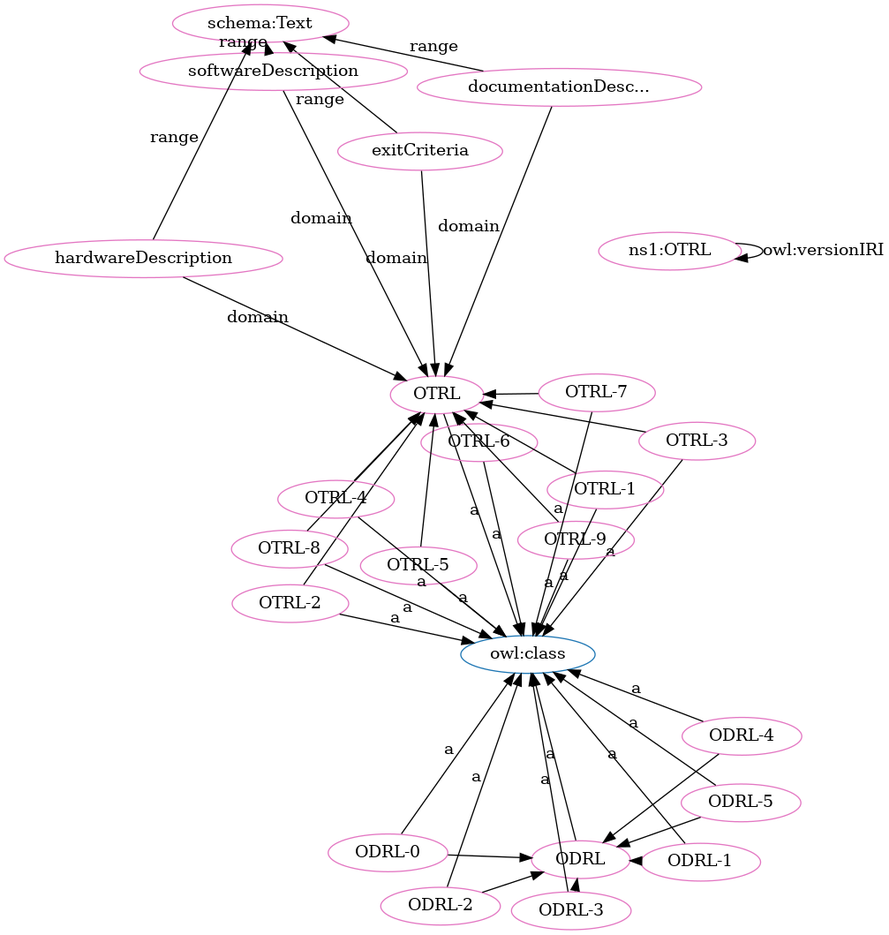
Before: OTRL-clean.png, a diagram exported from Graphviz (OPEN-NEXT/OKH-LOSH). Its source is kept beside it as OTRL-clean.dot.
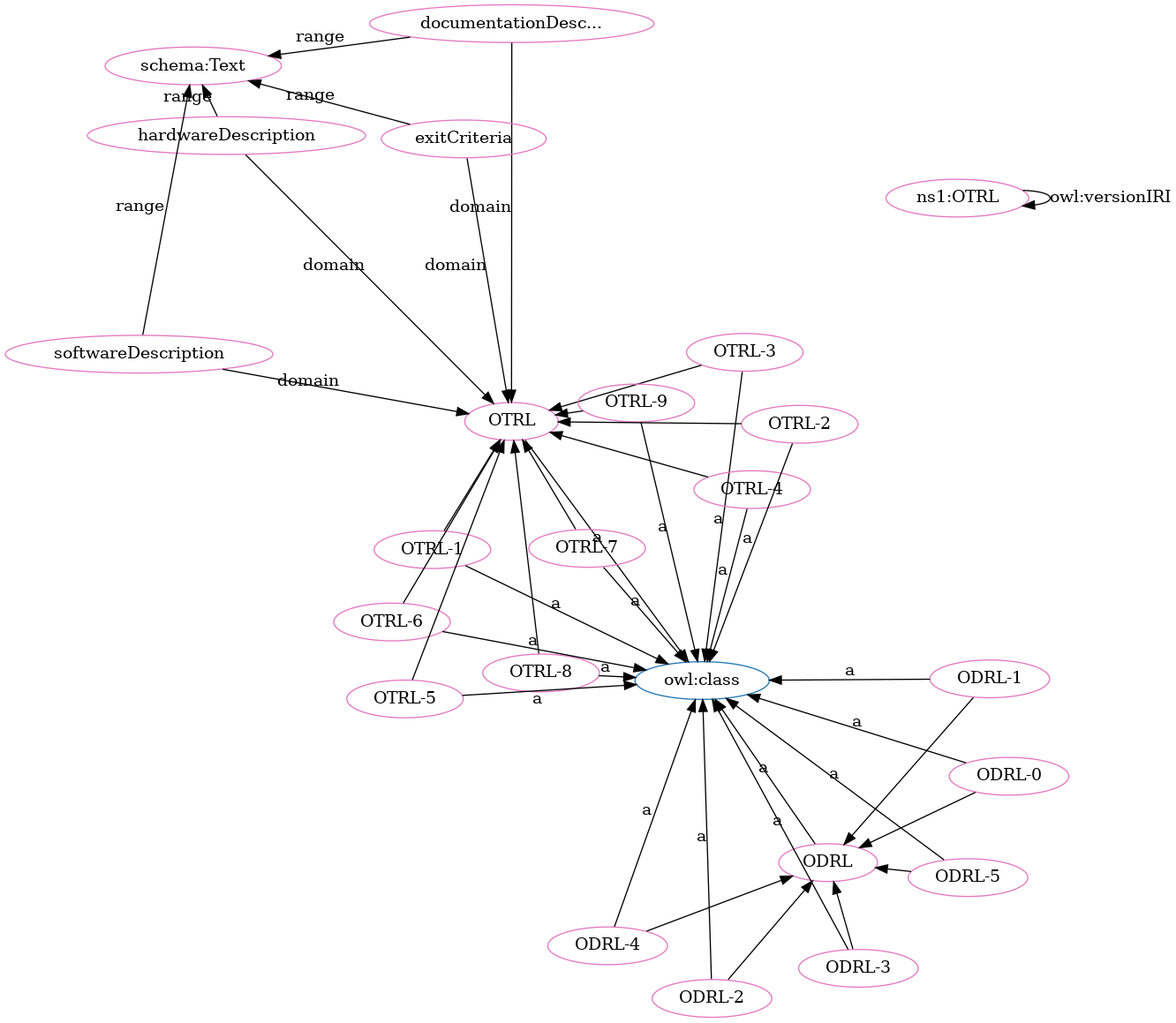
After the change.

What changed in the source:
```diff
@@ -1,71 +1,71 @@
 digraph G {
   rankdir=BT
   node[height=.3]
+"http://purl.org/oseg/ontologies/OTRL#OTRL" [fillcolor="#1f77b4" color="#1f77b4" label="OTRL"]
 "http://purl.org/oseg/ontologies/OTRL#ODRL" [fillcolor="#1f77b4" color="#1f77b4" label="ODRL"]
 "http://www.w3.org/2002/07/owl#class" [fillcolor="#1f77b4" color="#1f77b4" label="owl:class"]
-"http://purl.org/oseg/ontologies/OTRL#OTRL" [fillcolor="#1f77b4" color="#1f77b4" label="OTRL"]
+"http://schema.org/Text" [fillcolor="#e377c2" color="#e377c2" label="schema:Text"]
+"http://purl.org/oseg/ontologies/OTRL" [fillcolor="#e377c2" color="#e377c2" label="ns1:OTRL"]
+"http://purl.org/oseg/ontologies/OTRL#OTRL" [fillcolor="#e377c2" color="#e377c2" label="OTRL"]
 "http://purl.org/oseg/ontologies/OTRL#OTRL-3" [fillcolor="#e377c2" color="#e377c2" label="OTRL-3"]
 "http://purl.org/oseg/ontologies/OTRL#ODRL" [fillcolor="#e377c2" color="#e377c2" label="ODRL"]
-"http://schema.org/Text" [fillcolor="#e377c2" color="#e377c2" label="schema:Text"]
-"http://purl.org/oseg/ontologies/OTRL#OTRL" [fillcolor="#e377c2" color="#e377c2" label="OTRL"]
-"http://purl.org/oseg/ontologies/OTRL#OTRL-2" [fillcolor="#e377c2" color="#e377c2" label="OTRL-2"]
-"http://purl.org/oseg/ontologies/OTRL#ODRL-3" [fillcolor="#e377c2" color="#e377c2" label="ODRL-3"]
-"http://purl.org/oseg/ontologies/OTRL#OTRL-6" [fillcolor="#e377c2" color="#e377c2" label="OTRL-6"]
+"http://purl.org/oseg/ontologies/OTRL#OTRL-4" [fillcolor="#e377c2" color="#e377c2" label="OTRL-4"]
+"http://purl.org/oseg/ontologies/OTRL#ODRL-2" [fillcolor="#e377c2" color="#e377c2" label="ODRL-2"]
+"http://purl.org/oseg/ontologies/OTRL#ODRL-4" [fillcolor="#e377c2" color="#e377c2" label="ODRL-4"]
 "http://purl.org/oseg/ontologies/OTRL#OTRL-8" [fillcolor="#e377c2" color="#e377c2" label="OTRL-8"]
+"http://purl.org/oseg/ontologies/OTRL#hardwareDescription" [fillcolor="#e377c2" color="#e377c2" label="hardwareDescription"]
+"http://purl.org/oseg/ontologies/OTRL#documentationDescription" [fillcolor="#e377c2" color="#e377c2" label="documentationDesc..."]
+"http://purl.org/oseg/ontologies/OTRL#ODRL-5" [fillcolor="#e377c2" color="#e377c2" label="ODRL-5"]
 "http://purl.org/oseg/ontologies/OTRL#OTRL-9" [fillcolor="#e377c2" color="#e377c2" label="OTRL-9"]
-"http://purl.org/oseg/ontologies/OTRL" [fillcolor="#e377c2" color="#e377c2" label="ns1:OTRL"]
+"http://purl.org/oseg/ontologies/OTRL#OTRL-1" [fillcolor="#e377c2" color="#e377c2" label="OTRL-1"]
 "http://purl.org/oseg/ontologies/OTRL#ODRL-1" [fillcolor="#e377c2" color="#e377c2" label="ODRL-1"]
 "http://purl.org/oseg/ontologies/OTRL#ODRL-0" [fillcolor="#e377c2" color="#e377c2" label="ODRL-0"]
-"http://purl.org/oseg/ontologies/OTRL#OTRL-1" [fillcolor="#e377c2" color="#e377c2" label="OTRL-1"]
+"http://purl.org/oseg/ontologies/OTRL#ODRL-3" [fillcolor="#e377c2" color="#e377c2" label="ODRL-3"]
+"http://purl.org/oseg/ontologies/OTRL#exitCriteria" [fillcolor="#e377c2" color="#e377c2" label="exitCriteria"]
+"http://purl.org/oseg/ontologies/OTRL#softwareDescription" [fillcolor="#e377c2" color="#e377c2" label="softwareDescription"]
+"http://purl.org/oseg/ontologies/OTRL#OTRL-6" [fillcolor="#e377c2" color="#e377c2" label="OTRL-6"]
 "http://purl.org/oseg/ontologies/OTRL#OTRL-7" [fillcolor="#e377c2" color="#e377c2" label="OTRL-7"]
-"http://purl.org/oseg/ontologies/OTRL#ODRL-2" [fillcolor="#e377c2" color="#e377c2" label="ODRL-2"]
-"http://purl.org/oseg/ontologies/OTRL#ODRL-5" [fillcolor="#e377c2" color="#e377c2" label="ODRL-5"]
-"http://purl.org/oseg/ontologies/OTRL#ODRL-4" [fillcolor="#e377c2" color="#e377c2" label="ODRL-4"]
 "http://purl.org/oseg/ontologies/OTRL#OTRL-5" [fillcolor="#e377c2" color="#e377c2" label="OTRL-5"]
-"http://purl.org/oseg/ontologies/OTRL#exitCriteria" [fillcolor="#e377c2" color="#e377c2" label="exitCriteria"]
-"http://purl.org/oseg/ontologies/OTRL#documentationDescription" [fillcolor="#e377c2" color="#e377c2" label="documentationDesc..."]
-"http://purl.org/oseg/ontologies/OTRL#OTRL-4" [fillcolor="#e377c2" color="#e377c2" label="OTRL-4"]
-"http://purl.org/oseg/ontologies/OTRL#softwareDescription" [fillcolor="#e377c2" color="#e377c2" label="softwareDescription"]
-"http://purl.org/oseg/ontologies/OTRL#hardwareDescription" [fillcolor="#e377c2" color="#e377c2" label="hardwareDescription"]
+"http://purl.org/oseg/ontologies/OTRL#OTRL-2" [fillcolor="#e377c2" color="#e377c2" label="OTRL-2"]
+  "http://purl.org/oseg/ontologies/OTRL#hardwareDescription" -> "http://schema.org/Text" [label="range"]
+  "http://purl.org/oseg/ontologies/OTRL#OTRL" -> "http://www.w3.org/2002/07/owl#class" [label="a"]
+  "http://purl.org/oseg/ontologies/OTRL#OTRL-1" -> "http://purl.org/oseg/ontologies/OTRL#OTRL" [label=""]
+  "http://purl.org/oseg/ontologies/OTRL#OTRL-5" -> "http://purl.org/oseg/ontologies/OTRL#OTRL" [label=""]
+  "http://purl.org/oseg/ontologies/OTRL#OTRL-4" -> "http://www.w3.org/2002/07/owl#class" [label="a"]
+  "http://purl.org/oseg/ontologies/OTRL#ODRL-0" -> "http://purl.org/oseg/ontologies/OTRL#ODRL" [label=""]
+  "http://purl.org/oseg/ontologies/OTRL#ODRL-4" -> "http://www.w3.org/2002/07/owl#class" [label="a"]
+  "http://purl.org/oseg/ontologies/OTRL#OTRL-8" -> "http://purl.org/oseg/ontologies/OTRL#OTRL" [label=""]
+  "http://purl.org/oseg/ontologies/OTRL#hardwareDescription" -> "http://purl.org/oseg/ontologies/OTRL#OTRL" [label="domain"]
+  "http://purl.org/oseg/ontologies/OTRL#OTRL-1" -> "http://www.w3.org/2002/07/owl#class" [label="a"]
+  "http://purl.org/oseg/ontologies/OTRL#OTRL-6" -> "http://purl.org/oseg/ontologies/OTRL#OTRL" [label=""]
+  "http://purl.org/oseg/ontologies/OTRL#ODRL" -> "http://www.w3.org/2002/07/owl#class" [label="a"]
+  "http://purl.org/oseg/ontologies/OTRL#OTRL-2" -> "http://purl.org/oseg/ontologies/OTRL#OTRL" [label=""]
+  "http://purl.org/oseg/ontologies/OTRL#ODRL-0" -> "http://www.w3.org/2002/07/owl#class" [label="a"]
+  "http://purl.org/oseg/ontologies/OTRL#ODRL-3" -> "http://www.w3.org/2002/07/owl#class" [label="a"]
+  "http://purl.org/oseg/ontologies/OTRL#exitCriteria" -> "http://schema.org/Text" [label="range"]
+  "http://purl.org/oseg/ontologies/OTRL#OTRL-6" -> "http://www.w3.org/2002/07/owl#class" [label="a"]
+  "http://purl.org/oseg/ontologies/OTRL#ODRL-3" -> "http://purl.org/oseg/ontologies/OTRL#ODRL" [label=""]
+  "http://purl.org/oseg/ontologies/OTRL#OTRL-2" -> "http://www.w3.org/2002/07/owl#class" [label="a"]
+  "http://purl.org/oseg/ontologies/OTRL#OTRL-9" -> "http://purl.org/oseg/ontologies/OTRL#OTRL" [label=""]
   "http://purl.org/oseg/ontologies/OTRL#OTRL-3" -> "http://www.w3.org/2002/07/owl#class" [label="a"]
-  "http://purl.org/oseg/ontologies/OTRL#ODRL-0" -> "http://purl.org/oseg/ontologies/OTRL#ODRL" [label=""]
+  "http://purl.org/oseg/ontologies/OTRL#ODRL-5" -> "http://purl.org/oseg/ontologies/OTRL#ODRL" [label=""]
+  "http://purl.org/oseg/ontologies/OTRL#ODRL-2" -> "http://www.w3.org/2002/07/owl#class" [label="a"]
+  "http://purl.org/oseg/ontologies/OTRL#OTRL-3" -> "http://purl.org/oseg/ontologies/OTRL#OTRL" [label=""]
+  "http://purl.org/oseg/ontologies/OTRL#OTRL-8" -> "http://www.w3.org/2002/07/owl#class" [label="a"]
+  "http://purl.org/oseg/ontologies/OTRL#exitCriteria" -> "http://purl.org/oseg/ontologies/OTRL#OTRL" [label="domain"]
+  "http://purl.org/oseg/ontologies/OTRL" -> "http://purl.org/oseg/ontologies/OTRL" [label="owl:versionIRI"]
+  "http://purl.org/oseg/ontologies/OTRL#ODRL-5" -> "http://www.w3.org/2002/07/owl#class" [label="a"]
+  "http://purl.org/oseg/ontologies/OTRL#OTRL-9" -> "http://www.w3.org/2002/07/owl#class" [label="a"]
+  "http://purl.org/oseg/ontologies/OTRL#documentationDescription" -> "http://purl.org/oseg/ontologies/OTRL#OTRL" [label="domain"]
+  "http://purl.org/oseg/ontologies/OTRL#OTRL-7" -> "http://purl.org/oseg/ontologies/OTRL#OTRL" [label=""]
+  "http://purl.org/oseg/ontologies/OTRL#softwareDescription" -> "http://purl.org/oseg/ontologies/OTRL#OTRL" [label="domain"]
+  "http://purl.org/oseg/ontologies/OTRL#ODRL-2" -> "http://purl.org/oseg/ontologies/OTRL#ODRL" [label=""]
+  "http://purl.org/oseg/ontologies/OTRL#ODRL-1" -> "http://www.w3.org/2002/07/owl#class" [label="a"]
   "http://purl.org/oseg/ontologies/OTRL#documentationDescription" -> "http://schema.org/Text" [label="range"]
-  "http://purl.org/oseg/ontologies/OTRL#OTRL-2" -> "http://purl.org/oseg/ontologies/OTRL#OTRL" [label=""]
-  "http://purl.org/oseg/ontologies/OTRL#OTRL-2" -> "http://www.w3.org/2002/07/owl#class" [label="a"]
-  "http://purl.org/oseg/ontologies/OTRL#ODRL-2" -> "http://purl.org/oseg/ontologies/OTRL#ODRL" [label=""]
-  "http://purl.org/oseg/ontologies/OTRL#ODRL-3" -> "http://www.w3.org/2002/07/owl#class" [label="a"]
-  "http://purl.org/oseg/ontologies/OTRL#OTRL-8" -> "http://purl.org/oseg/ontologies/OTRL#OTRL" [label=""]
-  "http://purl.org/oseg/ontologies/OTRL#OTRL-8" -> "http://www.w3.org/2002/07/owl#class" [label="a"]
+  "http://purl.org/oseg/ontologies/OTRL#softwareDescription" -> "http://schema.org/Text" [label="range"]
   "http://purl.org/oseg/ontologies/OTRL#OTRL-4" -> "http://purl.org/oseg/ontologies/OTRL#OTRL" [label=""]
-  "http://purl.org/oseg/ontologies/OTRL#ODRL-3" -> "http://purl.org/oseg/ontologies/OTRL#ODRL" [label=""]
-  "http://purl.org/oseg/ontologies/OTRL#OTRL-9" -> "http://www.w3.org/2002/07/owl#class" [label="a"]
-  "http://purl.org/oseg/ontologies/OTRL" -> "http://purl.org/oseg/ontologies/OTRL" [label="owl:versionIRI"]
-  "http://purl.org/oseg/ontologies/OTRL#ODRL-1" -> "http://www.w3.org/2002/07/owl#class" [label="a"]
+  "http://purl.org/oseg/ontologies/OTRL#ODRL-1" -> "http://purl.org/oseg/ontologies/OTRL#ODRL" [label=""]
+  "http://purl.org/oseg/ontologies/OTRL#OTRL-7" -> "http://www.w3.org/2002/07/owl#class" [label="a"]
+  "http://purl.org/oseg/ontologies/OTRL#OTRL-5" -> "http://www.w3.org/2002/07/owl#class" [label="a"]
   "http://purl.org/oseg/ontologies/OTRL#ODRL-4" -> "http://purl.org/oseg/ontologies/OTRL#ODRL" [label=""]
-  "http://purl.org/oseg/ontologies/OTRL#OTRL-1" -> "http://purl.org/oseg/ontologies/OTRL#OTRL" [label=""]
-  "http://purl.org/oseg/ontologies/OTRL#ODRL-1" -> "http://purl.org/oseg/ontologies/OTRL#ODRL" [label=""]
-  "http://purl.org/oseg/ontologies/OTRL#OTRL-1" -> "http://www.w3.org/2002/07/owl#class" [label="a"]
-  "http://purl.org/oseg/ontologies/OTRL#OTRL-9" -> "http://purl.org/oseg/ontologies/OTRL#OTRL" [label=""]
-  "http://purl.org/oseg/ontologies/OTRL#ODRL-5" -> "http://purl.org/oseg/ontologies/OTRL#ODRL" [label=""]
-  "http://purl.org/oseg/ontologies/OTRL#exitCriteria" -> "http://purl.org/oseg/ontologies/OTRL#OTRL" [label="domain"]
-  "http://purl.org/oseg/ontologies/OTRL#OTRL-4" -> "http://www.w3.org/2002/07/owl#class" [label="a"]
-  "http://purl.org/oseg/ontologies/OTRL#softwareDescription" -> "http://purl.org/oseg/ontologies/OTRL#OTRL" [label="domain"]
-  "http://purl.org/oseg/ontologies/OTRL#OTRL-6" -> "http://purl.org/oseg/ontologies/OTRL#OTRL" [label=""]
-  "http://purl.org/oseg/ontologies/OTRL#softwareDescription" -> "http://schema.org/Text" [label="range"]
-  "http://purl.org/oseg/ontologies/OTRL#OTRL-6" -> "http://www.w3.org/2002/07/owl#class" [label="a"]
-  "http://purl.org/oseg/ontologies/OTRL#ODRL-0" -> "http://www.w3.org/2002/07/owl#class" [label="a"]
-  "http://purl.org/oseg/ontologies/OTRL#OTRL-7" -> "http://purl.org/oseg/ontologies/OTRL#OTRL" [label=""]
-  "http://purl.org/oseg/ontologies/OTRL#ODRL" -> "http://www.w3.org/2002/07/owl#class" [label="a"]
-  "http://purl.org/oseg/ontologies/OTRL#hardwareDescription" -> "http://purl.org/oseg/ontologies/OTRL#OTRL" [label="domain"]
-  "http://purl.org/oseg/ontologies/OTRL#OTRL-7" -> "http://www.w3.org/2002/07/owl#class" [label="a"]
-  "http://purl.org/oseg/ontologies/OTRL#ODRL-2" -> "http://www.w3.org/2002/07/owl#class" [label="a"]
-  "http://purl.org/oseg/ontologies/OTRL#ODRL-5" -> "http://www.w3.org/2002/07/owl#class" [label="a"]
-  "http://purl.org/oseg/ontologies/OTRL#exitCriteria" -> "http://schema.org/Text" [label="range"]
-  "http://purl.org/oseg/ontologies/OTRL#OTRL" -> "http://www.w3.org/2002/07/owl#class" [label="a"]
-  "http://purl.org/oseg/ontologies/OTRL#OTRL-5" -> "http://purl.org/oseg/ontologies/OTRL#OTRL" [label=""]
-  "http://purl.org/oseg/ontologies/OTRL#ODRL-4" -> "http://www.w3.org/2002/07/owl#class" [label="a"]
-  "http://purl.org/oseg/ontologies/OTRL#documentationDescription" -> "http://purl.org/oseg/ontologies/OTRL#OTRL" [label="domain"]
-  "http://purl.org/oseg/ontologies/OTRL#OTRL-5" -> "http://www.w3.org/2002/07/owl#class" [label="a"]
-  "http://purl.org/oseg/ontologies/OTRL#hardwareDescription" -> "http://schema.org/Text" [label="range"]
-  "http://purl.org/oseg/ontologies/OTRL#OTRL-3" -> "http://purl.org/oseg/ontologies/OTRL#OTRL" [label=""]
 }
```
